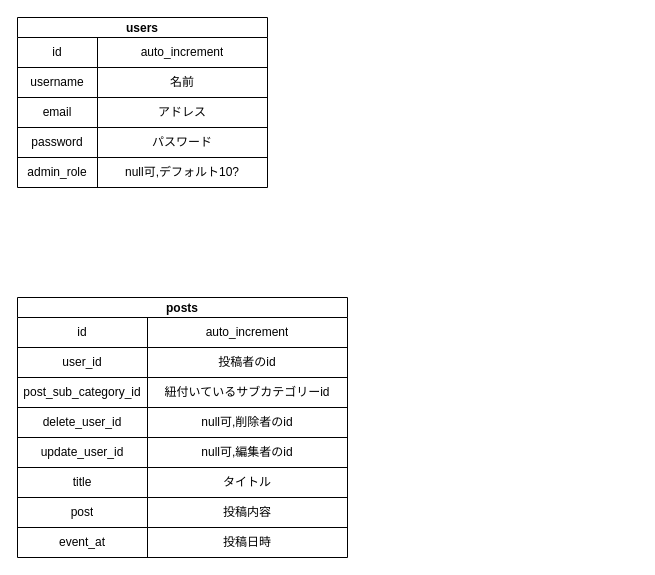
Above: bbm.dio in I-Kouta/BBM (draw.io), before the change. Source tidied: cells renumbered, new cells numbered last; positions are measured from the earlier drawing's top-left corner, leaving out a move shared by most shapes. Both pictures are drawn from the tidied source at 100%, with x=0, y=0 at pixel (17, 17).
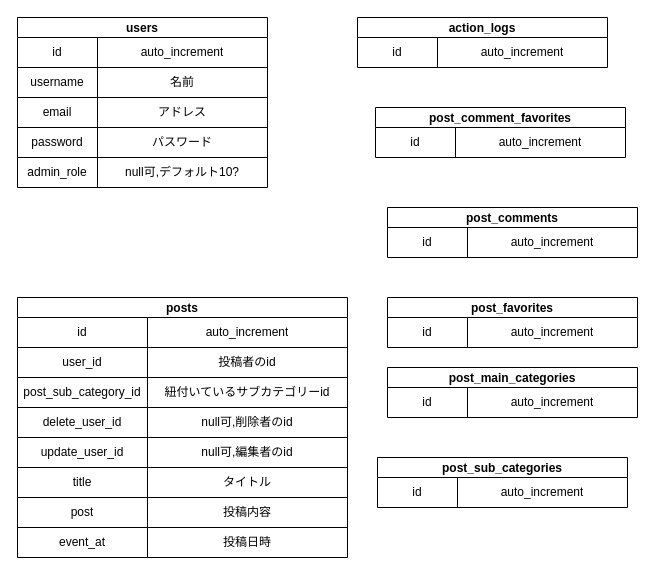
After the change.

Commit message:
ひとまず全てのテーブルのレイアウトを用意してあります

What changed in the source:
```diff
@@
+    <mxCell id="43" value="action_logs" style="shape=table;startSize=20;childLayout=tableLayout;fontStyle=1;align=center;" parent="1" vertex="1">
+      <mxGeometry x="340" width="250" height="50" as="geometry" />
+    </mxCell>
+    <mxCell id="44" style="shape=partialRectangle;html=1;whiteSpace=wrap;fillColor=none;top=0;left=0;bottom=0;right=0;" parent="43" vertex="1">
+      <mxGeometry y="20" width="250" height="30" as="geometry" />
+    </mxCell>
+    <mxCell id="45" value="id" style="shape=partialRectangle;html=1;whiteSpace=wrap;fillColor=none;top=0;left=0;bottom=0;right=0;overflow=hidden;" parent="44" vertex="1">
+      <mxGeometry width="80" height="30" as="geometry" />
+    </mxCell>
+    <mxCell id="46" value="auto_increment" style="shape=partialRectangle;html=1;whiteSpace=wrap;fillColor=none;top=0;left=0;bottom=0;right=0;overflow=hidden;" parent="44" vertex="1">
+      <mxGeometry x="80" width="170" height="30" as="geometry" />
+    </mxCell>
+    <mxCell id="47" value="post_comment_favorites" style="shape=table;startSize=20;childLayout=tableLayout;fontStyle=1;align=center;" parent="1" vertex="1">
+      <mxGeometry x="358" y="90" width="250" height="50" as="geometry" />
+    </mxCell>
+    <mxCell id="48" style="shape=partialRectangle;html=1;whiteSpace=wrap;fillColor=none;top=0;left=0;bottom=0;right=0;" parent="47" vertex="1">
+      <mxGeometry y="20" width="250" height="30" as="geometry" />
+    </mxCell>
+    <mxCell id="49" value="id" style="shape=partialRectangle;html=1;whiteSpace=wrap;fillColor=none;top=0;left=0;bottom=0;right=0;overflow=hidden;" parent="48" vertex="1">
+      <mxGeometry width="80" height="30" as="geometry" />
+    </mxCell>
+    <mxCell id="50" value="auto_increment" style="shape=partialRectangle;html=1;whiteSpace=wrap;fillColor=none;top=0;left=0;bottom=0;right=0;overflow=hidden;" parent="48" vertex="1">
+      <mxGeometry x="80" width="170" height="30" as="geometry" />
+    </mxCell>
+    <mxCell id="51" value="post_comments" style="shape=table;startSize=20;childLayout=tableLayout;fontStyle=1;align=center;" parent="1" vertex="1">
+      <mxGeometry x="370" y="190" width="250" height="50" as="geometry" />
+    </mxCell>
+    <mxCell id="52" style="shape=partialRectangle;html=1;whiteSpace=wrap;fillColor=none;top=0;left=0;bottom=0;right=0;" parent="51" vertex="1">
+      <mxGeometry y="20" width="250" height="30" as="geometry" />
+    </mxCell>
+    <mxCell id="53" value="id" style="shape=partialRectangle;html=1;whiteSpace=wrap;fillColor=none;top=0;left=0;bottom=0;right=0;overflow=hidden;" parent="52" vertex="1">
+      <mxGeometry width="80" height="30" as="geometry" />
+    </mxCell>
+    <mxCell id="54" value="auto_increment" style="shape=partialRectangle;html=1;whiteSpace=wrap;fillColor=none;top=0;left=0;bottom=0;right=0;overflow=hidden;" parent="52" vertex="1">
+      <mxGeometry x="80" width="170" height="30" as="geometry" />
+    </mxCell>
+    <mxCell id="55" value="post_favorites" style="shape=table;startSize=20;childLayout=tableLayout;fontStyle=1;align=center;" parent="1" vertex="1">
+      <mxGeometry x="370" y="280" width="250" height="50" as="geometry" />
+    </mxCell>
+    <mxCell id="56" style="shape=partialRectangle;html=1;whiteSpace=wrap;fillColor=none;top=0;left=0;bottom=0;right=0;" parent="55" vertex="1">
+      <mxGeometry y="20" width="250" height="30" as="geometry" />
+    </mxCell>
+    <mxCell id="57" value="id" style="shape=partialRectangle;html=1;whiteSpace=wrap;fillColor=none;top=0;left=0;bottom=0;right=0;overflow=hidden;" parent="56" vertex="1">
+      <mxGeometry width="80" height="30" as="geometry" />
+    </mxCell>
+    <mxCell id="58" value="auto_increment" style="shape=partialRectangle;html=1;whiteSpace=wrap;fillColor=none;top=0;left=0;bottom=0;right=0;overflow=hidden;" parent="56" vertex="1">
+      <mxGeometry x="80" width="170" height="30" as="geometry" />
+    </mxCell>
+    <mxCell id="59" value="post_main_categories" style="shape=table;startSize=20;childLayout=tableLayout;fontStyle=1;align=center;" parent="1" vertex="1">
+      <mxGeometry x="370" y="350" width="250" height="50" as="geometry" />
+    </mxCell>
+    <mxCell id="60" style="shape=partialRectangle;html=1;whiteSpace=wrap;fillColor=none;top=0;left=0;bottom=0;right=0;" parent="59" vertex="1">
+      <mxGeometry y="20" width="250" height="30" as="geometry" />
+    </mxCell>
+    <mxCell id="61" value="id" style="shape=partialRectangle;html=1;whiteSpace=wrap;fillColor=none;top=0;left=0;bottom=0;right=0;overflow=hidden;" parent="60" vertex="1">
+      <mxGeometry width="80" height="30" as="geometry" />
+    </mxCell>
+    <mxCell id="62" value="auto_increment" style="shape=partialRectangle;html=1;whiteSpace=wrap;fillColor=none;top=0;left=0;bottom=0;right=0;overflow=hidden;" parent="60" vertex="1">
+      <mxGeometry x="80" width="170" height="30" as="geometry" />
+    </mxCell>
+    <mxCell id="63" value="post_sub_categories" style="shape=table;startSize=20;childLayout=tableLayout;fontStyle=1;align=center;" parent="1" vertex="1">
+      <mxGeometry x="360" y="440" width="250" height="50" as="geometry" />
+    </mxCell>
+    <mxCell id="64" style="shape=partialRectangle;html=1;whiteSpace=wrap;fillColor=none;top=0;left=0;bottom=0;right=0;" parent="63" vertex="1">
+      <mxGeometry y="20" width="250" height="30" as="geometry" />
+    </mxCell>
+    <mxCell id="65" value="id" style="shape=partialRectangle;html=1;whiteSpace=wrap;fillColor=none;top=0;left=0;bottom=0;right=0;overflow=hidden;" parent="64" vertex="1">
+      <mxGeometry width="80" height="30" as="geometry" />
+    </mxCell>
+    <mxCell id="66" value="auto_increment" style="shape=partialRectangle;html=1;whiteSpace=wrap;fillColor=none;top=0;left=0;bottom=0;right=0;overflow=hidden;" parent="64" vertex="1">
+      <mxGeometry x="80" width="170" height="30" as="geometry" />
+    </mxCell>
```
